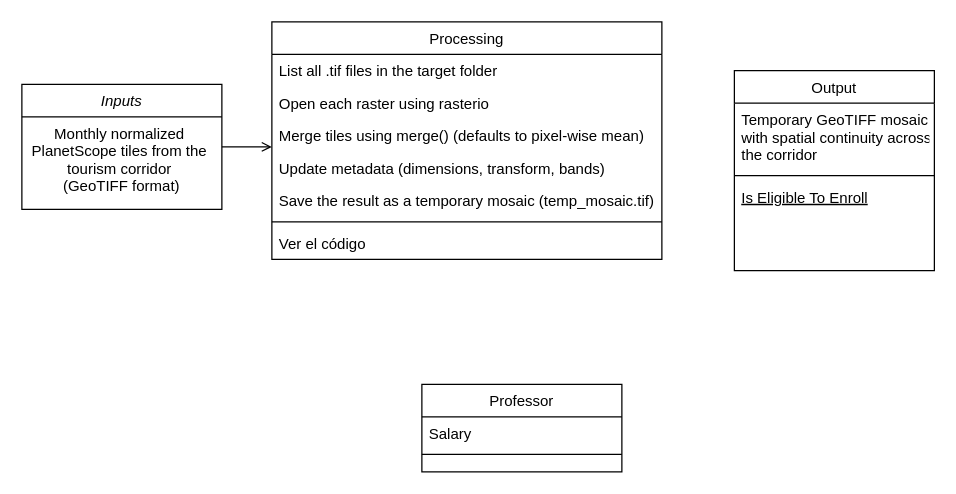
Above: RegenerativeTourism/Diagrama sin título.drawio in WennOlarteE/portfolio (draw.io), before the change. Source tidied: cells renumbered, new cells numbered last; positions are measured from the earlier drawing's top-left corner, leaving out a move shared by most shapes. Both pictures are drawn from the tidied source at 125%, with x=0, y=0 at pixel (21, 21).
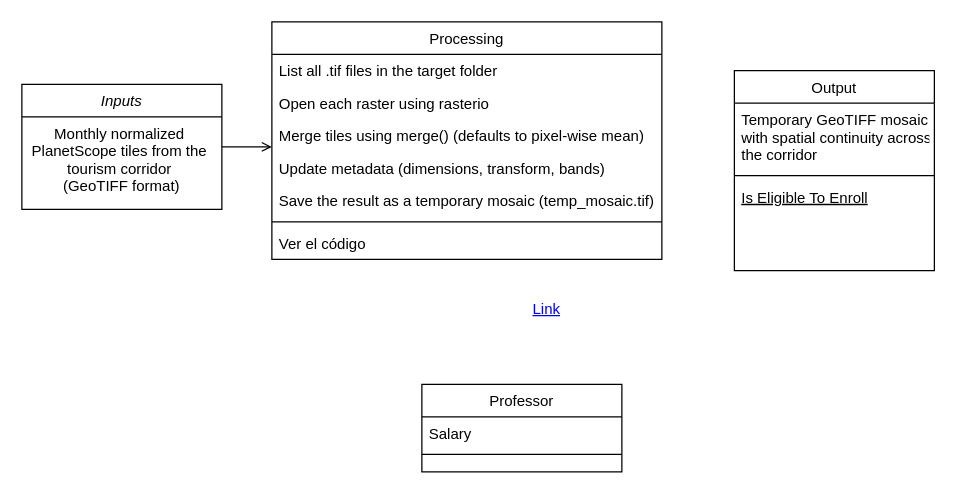
After the change.

The edit, as a diff of the source:
```diff
@@
+    <mxCell id="20" value="Link" style="text;html=1;strokeColor=none;fillColor=none;whiteSpace=wrap;align=center;verticalAlign=middle;fontColor=#0000EE;fontStyle=4;" parent="1" vertex="1">
+      <mxGeometry x="390" y="210" width="60" height="40" as="geometry" />
+    </mxCell>
```
